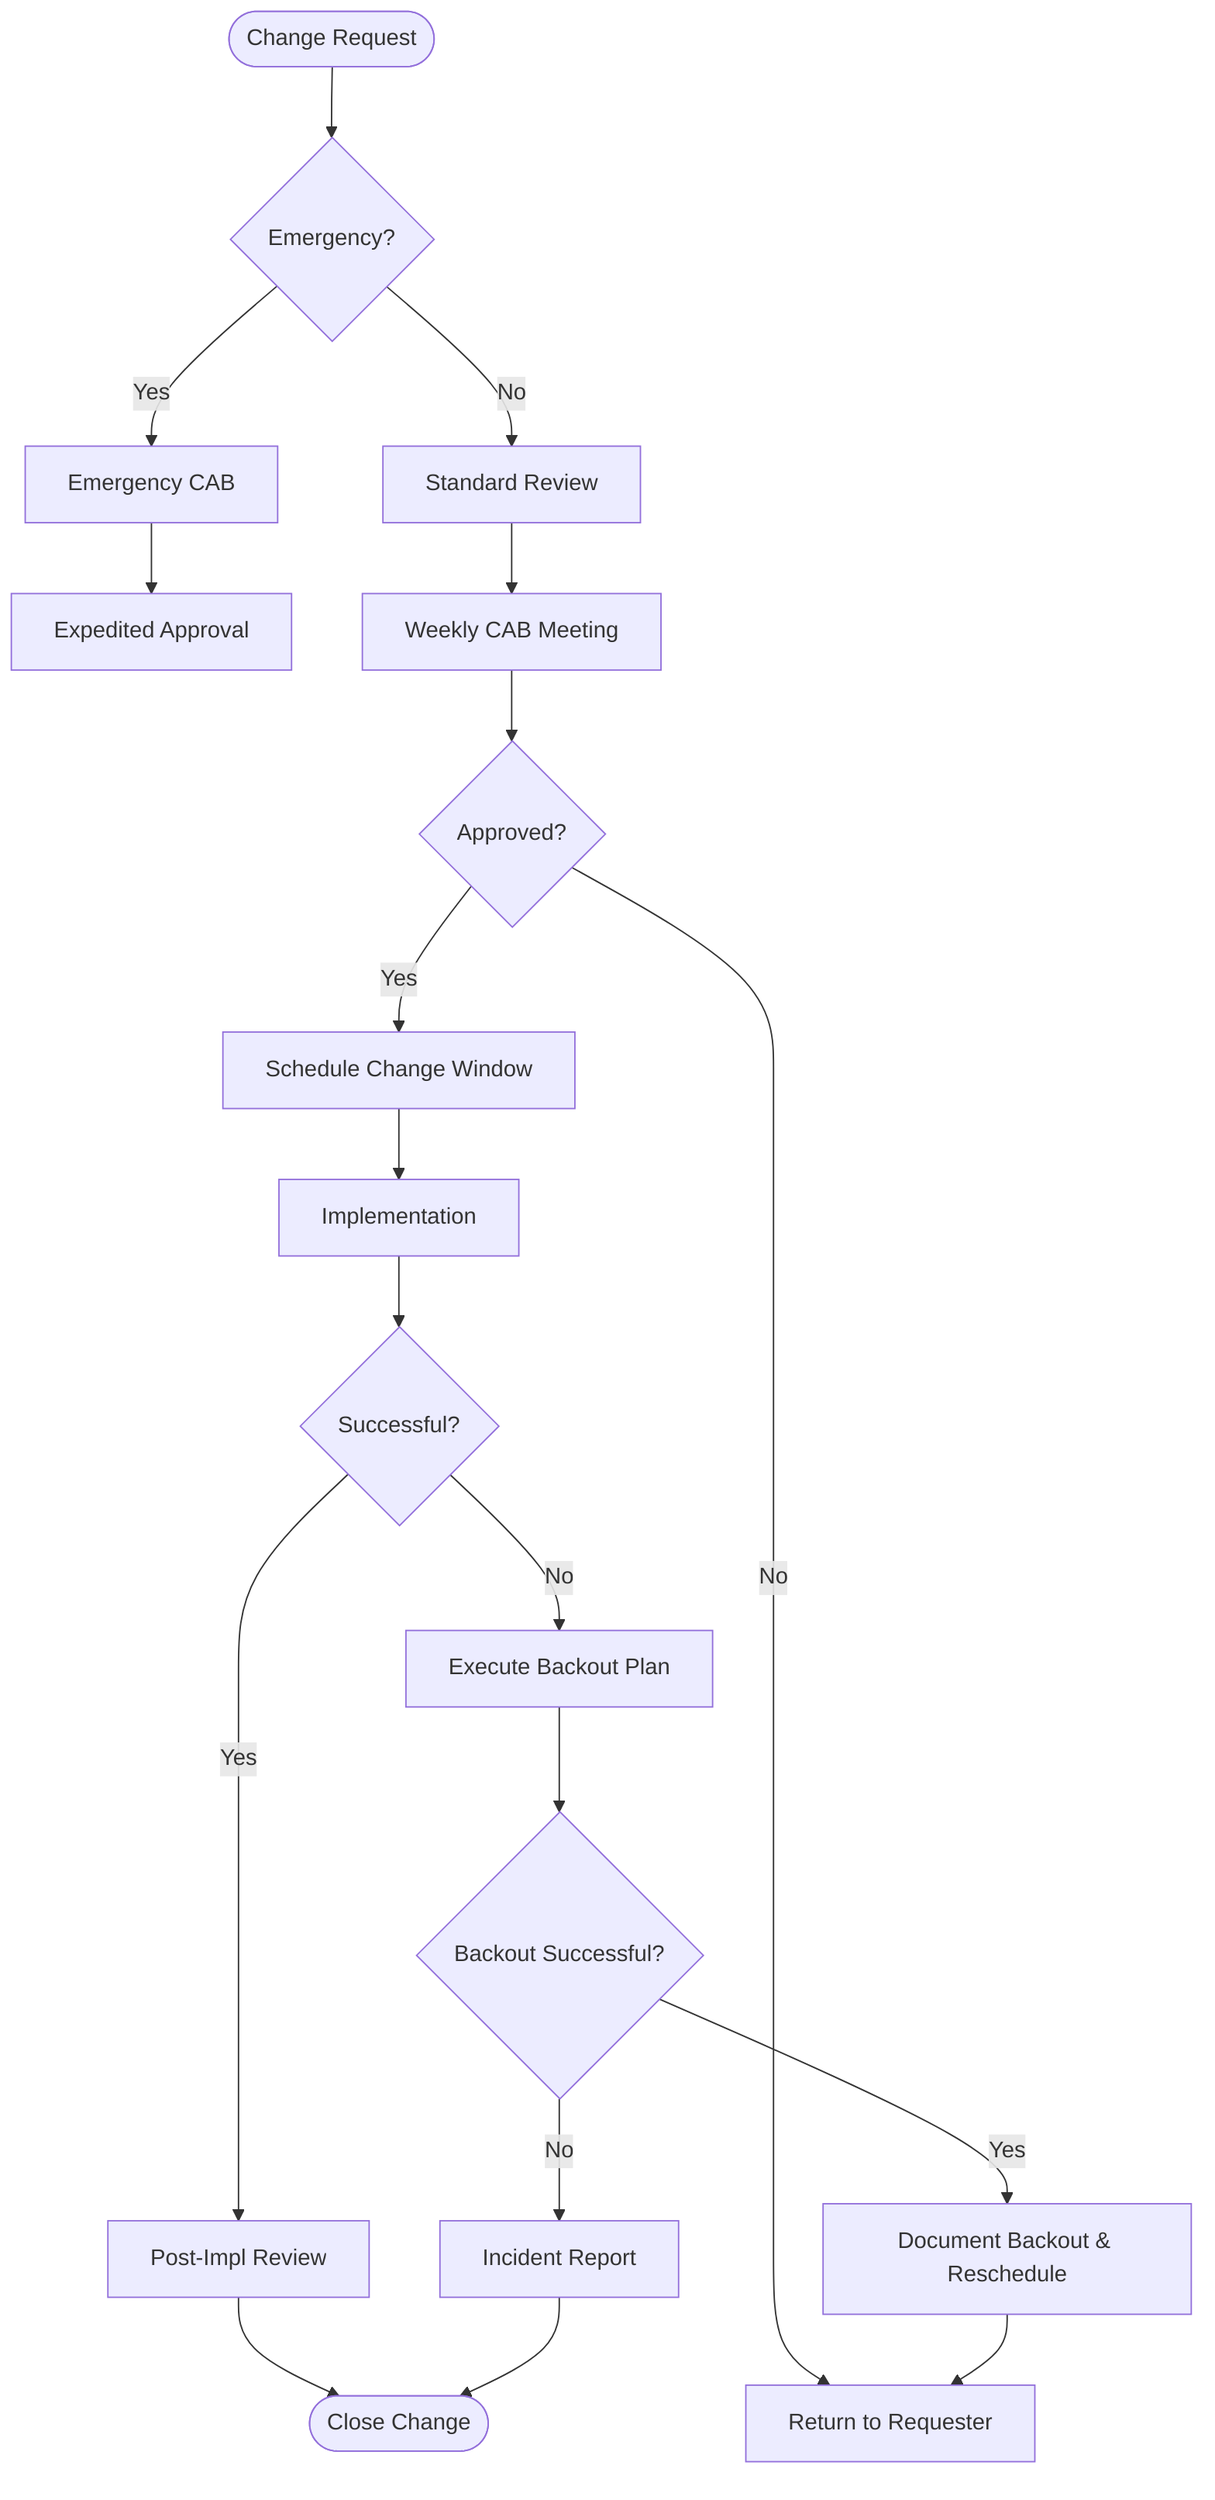
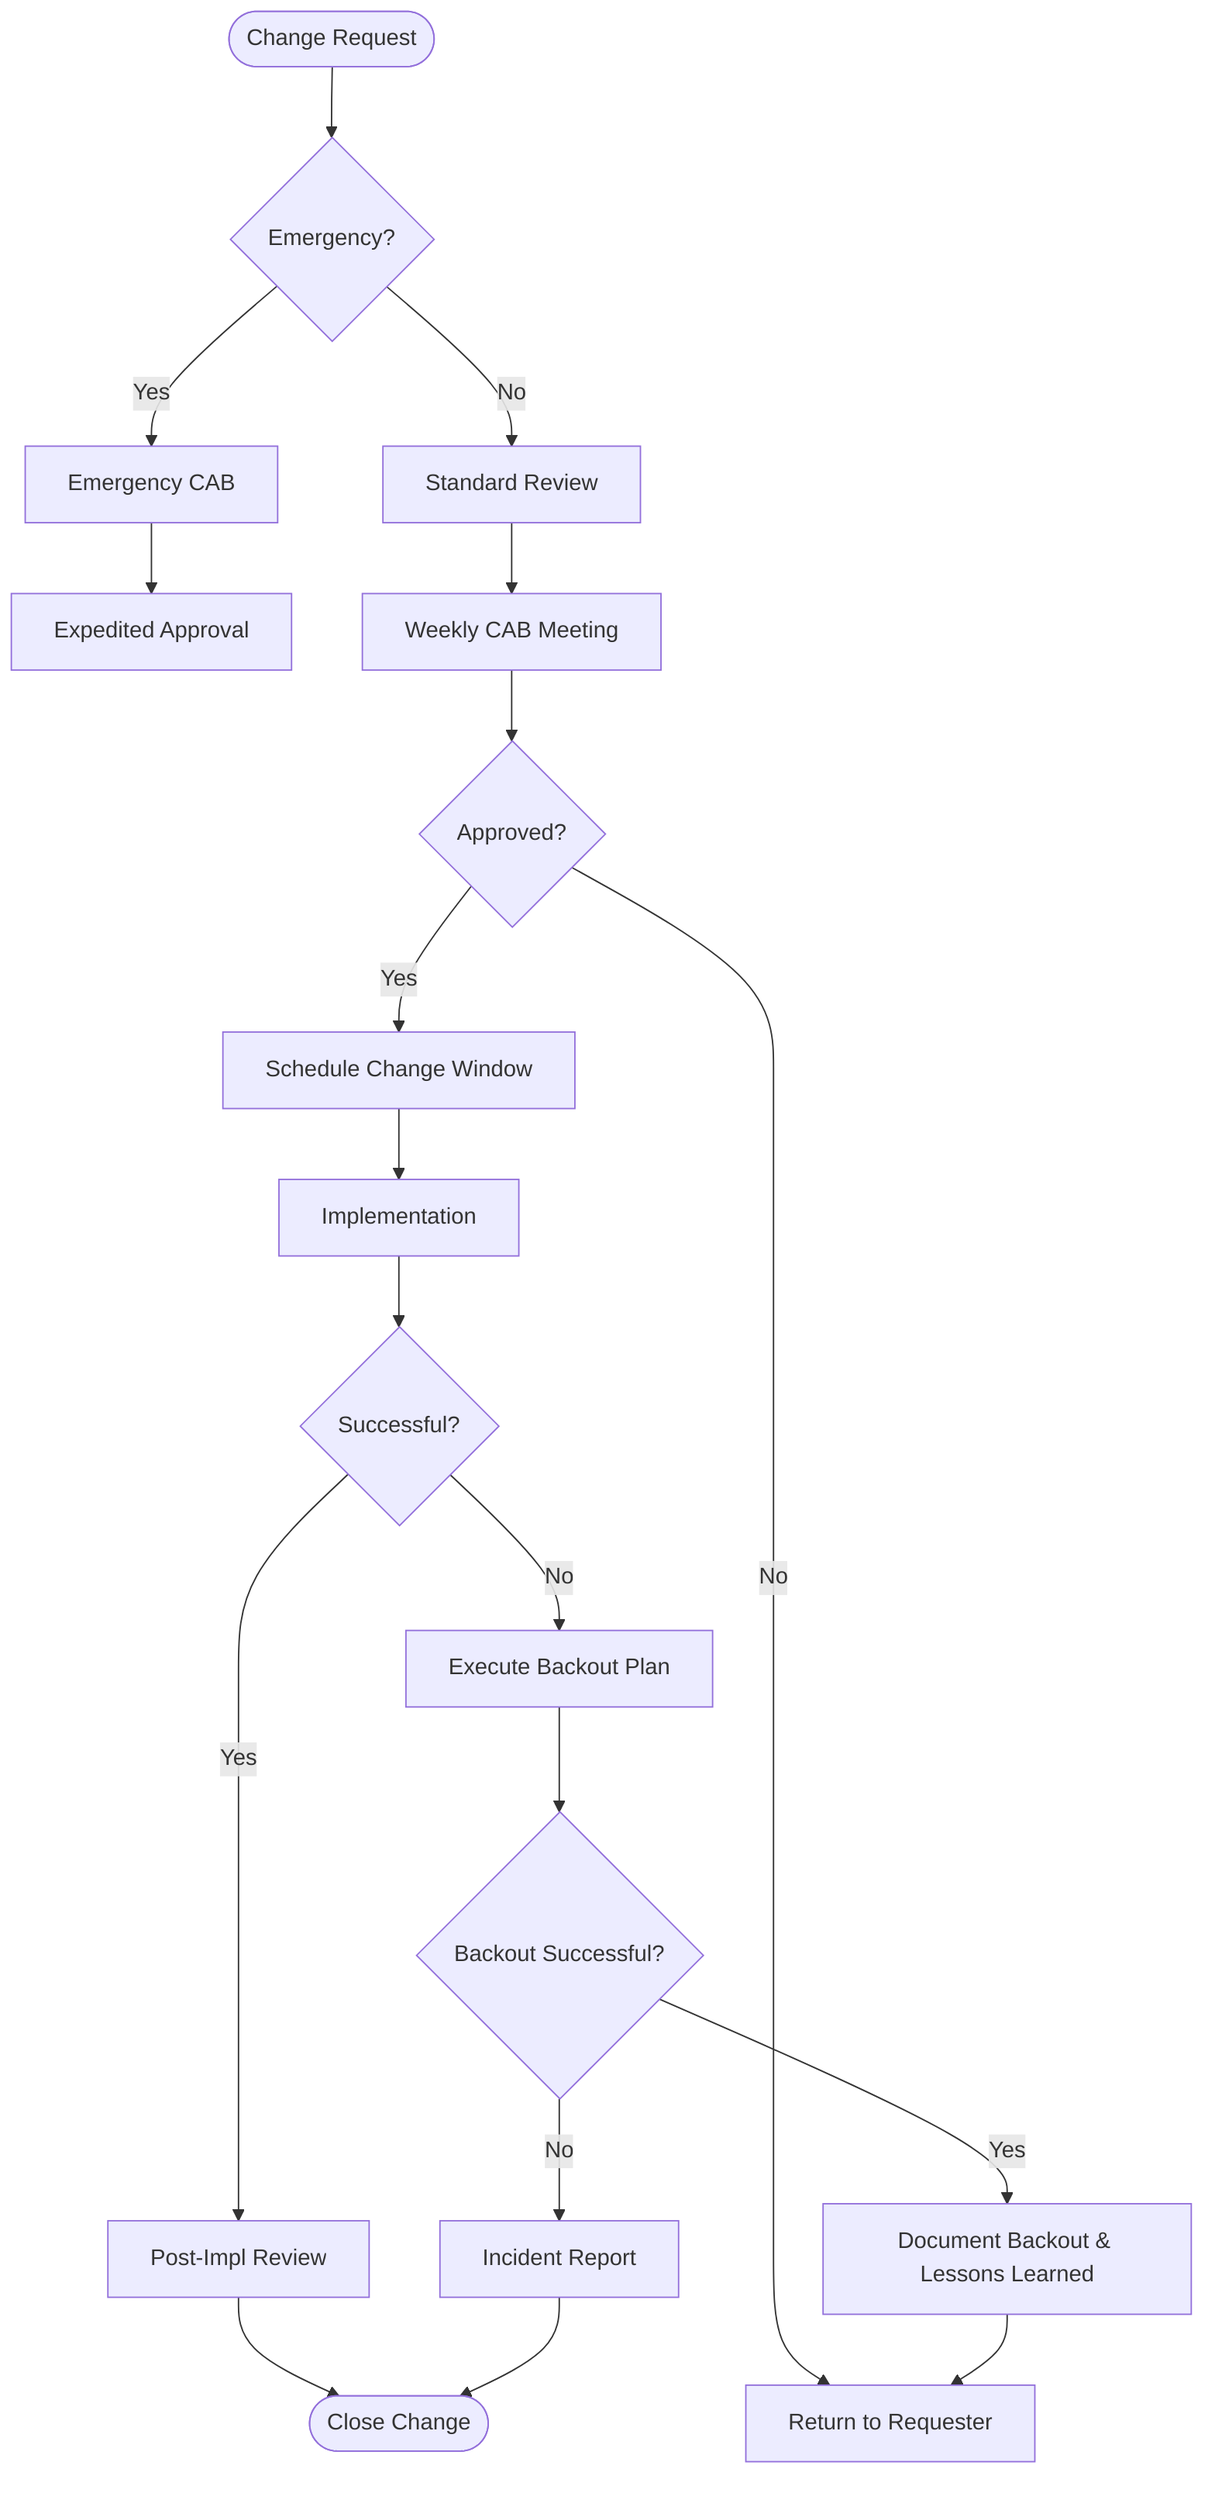
flowchart TD
    A([Change Request]) --> B{Emergency?}
    B --> |Yes| C[Emergency CAB]
    B --> |No| D[Standard Review]
    C --> E[Expedited Approval]
    D --> F[Weekly CAB Meeting]
    F --> G{Approved?}
    G --> |Yes| H[Schedule Change Window]
    G --> |No| I[Return to Requester]
    H --> J[Implementation]
    J --> K{Successful?}
    K --> |Yes| L[Post-Impl Review]
    %% ⚡ CHANGED SECTION
    K --> |No| M1[Execute Backout Plan]
    M1 --> M2{Backout Successful?}
-     M2 --> |Yes| M3[Document Backout & Reschedule]
+     M2 --> |Yes| M3[Document Backout & Lessons Learned]
    M2 --> |No| M[Incident Report]
    M3 --> I
    %% ⚡ END CHANGED SECTION
    L --> N([Close Change])
    M --> N